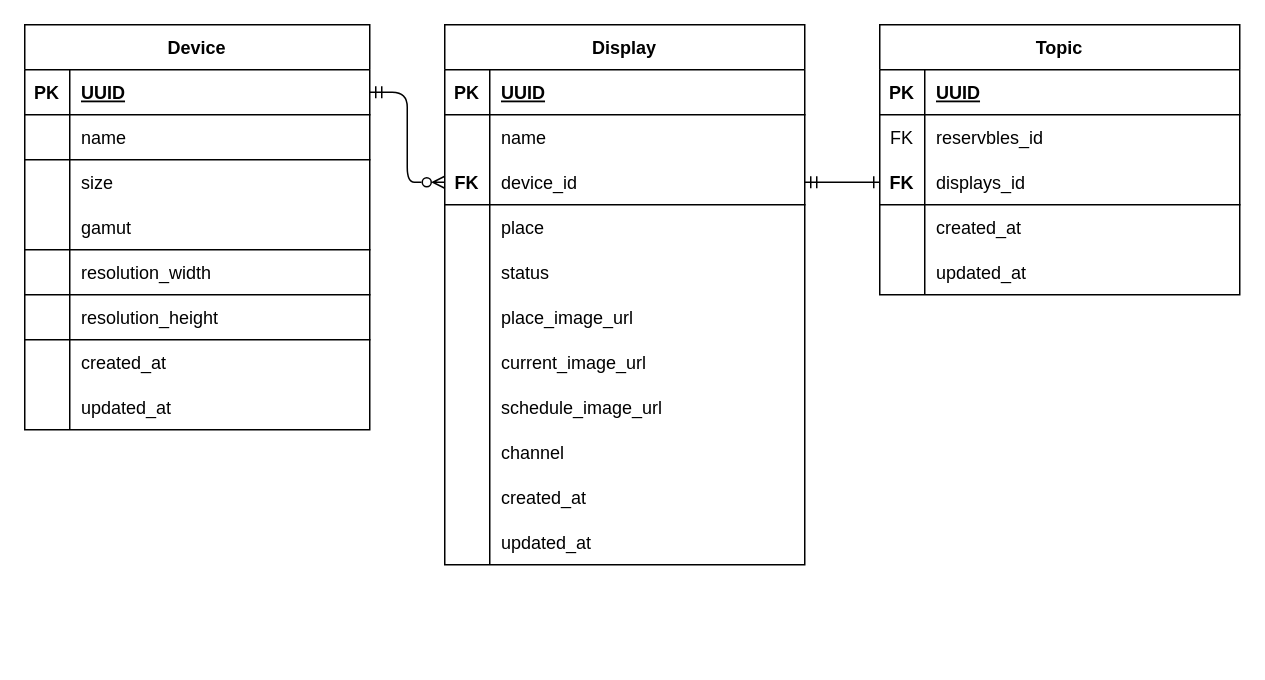
Earlier version of the draw.io diagram display_er_model.drawio (monosparta/borrow_meetingroom_display). Source tidied: cells renumbered, new cells numbered last; positions are measured from the earlier drawing's top-left corner, leaving out a move shared by most shapes. Both pictures are drawn from the tidied source at 150%, with x=0, y=0 at pixel (24, 24).
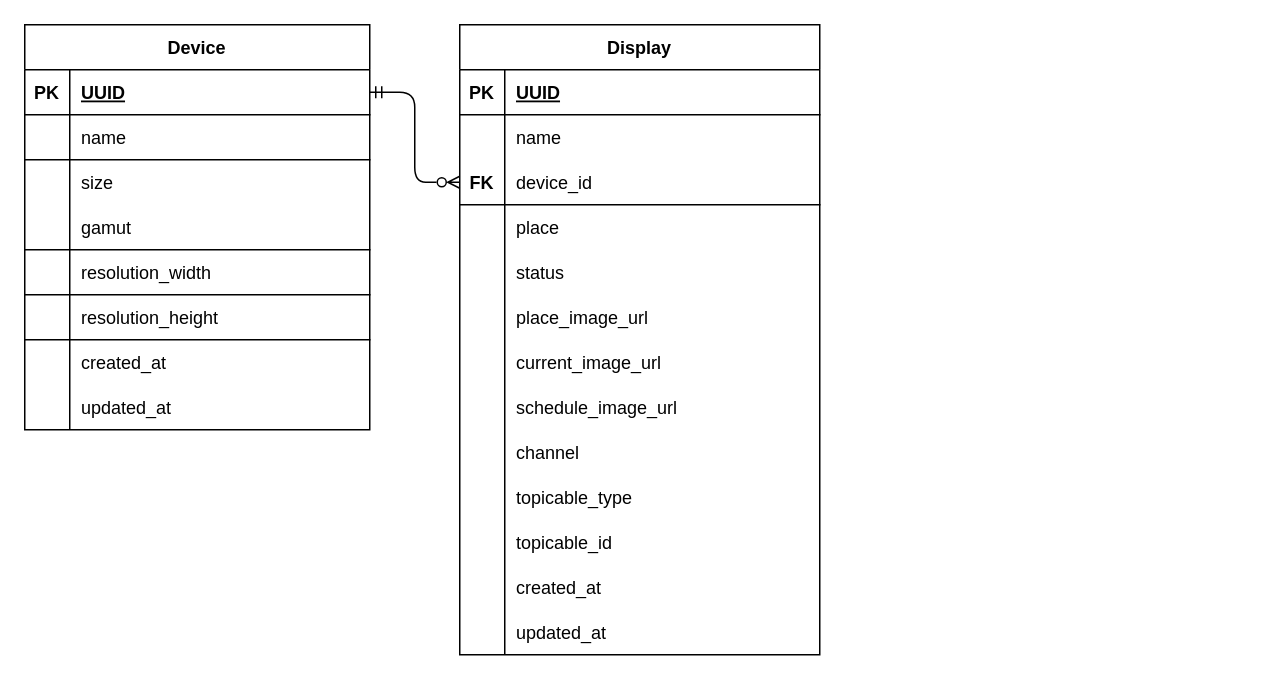
Above is the later version.

Commit message:
fix: 刪除 Topic table，Display table 新增兩個欄位

The change refers to these unchanged cells:
```xml
<mxCell id="9" style="shape=tableRow;horizontal=0;startSize=0;swimlaneHead=0;swimlaneBody=0;fillColor=none;points=[[0,0.5],[1,0.5]];portConstraint=eastwest;top=0;left=0;right=0;bottom=1;fontColor=default;" parent="2" vertex="1">
  <mxGeometry y="90" width="240" height="30" as="geometry" />
</mxCell>
```

What changed in the source:
```diff
@@
     <mxCell id="2" value="Display" style="shape=table;startSize=30;childLayout=tableLayout;rowLines=0;fontStyle=1;align=center;fontColor=default;" parent="1" vertex="1">
-      <mxGeometry x="280" width="240" height="360" as="geometry" />
+      <mxGeometry x="290" width="240" height="420" as="geometry" />
     </mxCell>
@@
+    <mxCell id="79" style="shape=tableRow;horizontal=0;startSize=0;swimlaneHead=0;swimlaneBody=0;fillColor=none;top=0;left=0;right=0;bottom=0;fontColor=default;" parent="2" vertex="1">
+      <mxGeometry y="300" width="240" height="30" as="geometry" />
+    </mxCell>
+    <mxCell id="80" style="shape=partialRectangle;fillColor=none;top=0;left=0;bottom=0;right=0;overflow=hidden;fontColor=default;" parent="79" vertex="1">
+      <mxGeometry width="30" height="30" as="geometry" />
+    </mxCell>
+    <mxCell id="81" value="topicable_type" style="shape=partialRectangle;fillColor=none;top=0;left=0;bottom=0;right=0;align=left;spacingLeft=6;overflow=hidden;strokeColor=#FF0000;fontColor=default;" parent="79" vertex="1">
+      <mxGeometry x="30" width="210" height="30" as="geometry" />
+    </mxCell>
+    <mxCell id="78" style="shape=tableRow;horizontal=0;startSize=0;swimlaneHead=0;swimlaneBody=0;fillColor=none;top=0;left=0;right=0;bottom=0;fontColor=default;" parent="2" vertex="1">
+      <mxGeometry y="330" width="240" height="30" as="geometry" />
+    </mxCell>
+    <mxCell id="82" style="shape=partialRectangle;fillColor=none;top=0;left=0;bottom=0;right=0;overflow=hidden;fontColor=default;" parent="78" vertex="1">
+      <mxGeometry width="30" height="30" as="geometry" />
+    </mxCell>
+    <mxCell id="83" value="topicable_id" style="shape=partialRectangle;fillColor=none;top=0;left=0;bottom=0;right=0;align=left;spacingLeft=6;overflow=hidden;strokeColor=#FF0000;fontColor=default;" parent="78" vertex="1">
+      <mxGeometry x="30" width="210" height="30" as="geometry" />
+    </mxCell>
     <mxCell id="30" style="shape=tableRow;horizontal=0;startSize=0;swimlaneHead=0;swimlaneBody=0;fillColor=none;top=0;left=0;right=0;bottom=0;fontColor=default;" parent="2" vertex="1">
-      <mxGeometry y="300" width="240" height="30" as="geometry" />
+      <mxGeometry y="360" width="240" height="30" as="geometry" />
     </mxCell>
@@
     <mxCell id="33" style="shape=tableRow;horizontal=0;startSize=0;swimlaneHead=0;swimlaneBody=0;fillColor=none;top=0;left=0;right=0;bottom=0;fontColor=default;" parent="2" vertex="1">
-      <mxGeometry y="330" width="240" height="30" as="geometry" />
+      <mxGeometry y="390" width="240" height="30" as="geometry" />
     </mxCell>
@@
-    <mxCell id="62" value="Topic" style="shape=table;startSize=30;childLayout=tableLayout;rowLines=0;fontStyle=1;align=center;fontColor=default;" parent="1" vertex="1">
-      <mxGeometry x="570" width="240" height="180" as="geometry" />
-    </mxCell>
-    <mxCell id="63" style="shape=tableRow;horizontal=0;startSize=0;swimlaneHead=0;swimlaneBody=0;fillColor=none;top=0;left=0;right=0;bottom=1;fontColor=default;" parent="62" vertex="1">
-      <mxGeometry y="30" width="240" height="30" as="geometry" />
-    </mxCell>
-    <mxCell id="64" value="PK" style="shape=partialRectangle;fillColor=none;top=0;left=0;bottom=0;right=0;fontStyle=1;overflow=hidden;fontColor=default;" parent="63" vertex="1">
-      <mxGeometry width="30" height="30" as="geometry" />
-    </mxCell>
-    <mxCell id="65" value="UUID" style="shape=partialRectangle;fillColor=none;top=0;left=0;bottom=0;right=0;align=left;spacingLeft=6;fontStyle=5;overflow=hidden;fontColor=default;" parent="63" vertex="1">
-      <mxGeometry x="30" width="210" height="30" as="geometry" />
-    </mxCell>
-    <mxCell id="66" style="shape=tableRow;horizontal=0;startSize=0;swimlaneHead=0;swimlaneBody=0;fillColor=none;top=0;left=0;right=0;bottom=0;fontColor=default;" parent="62" vertex="1">
-      <mxGeometry y="60" width="240" height="30" as="geometry" />
-    </mxCell>
-    <mxCell id="67" value="FK" style="shape=partialRectangle;fillColor=none;top=0;left=0;bottom=0;right=0;overflow=hidden;fontColor=default;" parent="66" vertex="1">
-      <mxGeometry width="30" height="30" as="geometry" />
-    </mxCell>
-    <mxCell id="68" value="reservbles_id" style="shape=partialRectangle;fillColor=none;top=0;left=0;bottom=0;right=0;align=left;spacingLeft=6;overflow=hidden;fontColor=default;" parent="66" vertex="1">
-      <mxGeometry x="30" width="210" height="30" as="geometry" />
-    </mxCell>
-    <mxCell id="69" style="shape=tableRow;horizontal=0;startSize=0;swimlaneHead=0;swimlaneBody=0;fillColor=none;points=[[0,0.5],[1,0.5]];portConstraint=eastwest;top=0;left=0;right=0;bottom=1;fontColor=default;" parent="62" vertex="1">
-      <mxGeometry y="90" width="240" height="30" as="geometry" />
-    </mxCell>
-    <mxCell id="70" value="FK" style="shape=partialRectangle;fillColor=none;top=0;left=0;bottom=0;right=0;fontStyle=1;overflow=hidden;fontColor=default;" parent="69" vertex="1">
-      <mxGeometry width="30" height="30" as="geometry" />
-    </mxCell>
-    <mxCell id="71" value="displays_id" style="shape=partialRectangle;fillColor=none;top=0;left=0;bottom=0;right=0;align=left;spacingLeft=6;fontStyle=0;overflow=hidden;fontColor=default;" parent="69" vertex="1">
-      <mxGeometry x="30" width="210" height="30" as="geometry" />
-    </mxCell>
-    <mxCell id="72" style="shape=tableRow;horizontal=0;startSize=0;swimlaneHead=0;swimlaneBody=0;fillColor=none;top=0;left=0;right=0;bottom=0;fontColor=default;" parent="62" vertex="1">
-      <mxGeometry y="120" width="240" height="30" as="geometry" />
-    </mxCell>
-    <mxCell id="73" style="shape=partialRectangle;fillColor=none;top=0;left=0;bottom=0;right=0;overflow=hidden;fontColor=default;" parent="72" vertex="1">
-      <mxGeometry width="30" height="30" as="geometry" />
-    </mxCell>
-    <mxCell id="74" value="created_at" style="shape=partialRectangle;fillColor=none;top=0;left=0;bottom=0;right=0;align=left;spacingLeft=6;overflow=hidden;strokeColor=#FF0000;fontColor=default;" parent="72" vertex="1">
-      <mxGeometry x="30" width="210" height="30" as="geometry" />
-    </mxCell>
-    <mxCell id="75" style="shape=tableRow;horizontal=0;startSize=0;swimlaneHead=0;swimlaneBody=0;fillColor=none;top=0;left=0;right=0;bottom=0;fontColor=default;" parent="62" vertex="1">
-      <mxGeometry y="150" width="240" height="30" as="geometry" />
-    </mxCell>
-    <mxCell id="76" style="shape=partialRectangle;fillColor=none;top=0;left=0;bottom=0;right=0;overflow=hidden;fontColor=default;" parent="75" vertex="1">
-      <mxGeometry width="30" height="30" as="geometry" />
-    </mxCell>
-    <mxCell id="77" value="updated_at" style="shape=partialRectangle;fillColor=none;top=0;left=0;bottom=0;right=0;align=left;spacingLeft=6;overflow=hidden;strokeColor=#FF0000;fontColor=default;" parent="75" vertex="1">
-      <mxGeometry x="30" width="210" height="30" as="geometry" />
-    </mxCell>
-    <mxCell id="78" style="edgeStyle=entityRelationEdgeStyle;html=1;exitX=1;exitY=0.5;exitDx=0;exitDy=0;entryX=0;entryY=0.5;entryDx=0;entryDy=0;endArrow=ERone;endFill=0;startArrow=ERmandOne;startFill=0;" parent="1" edge="1" source="9" target="69">
-      <mxGeometry relative="1" as="geometry" />
-    </mxCell>
```
